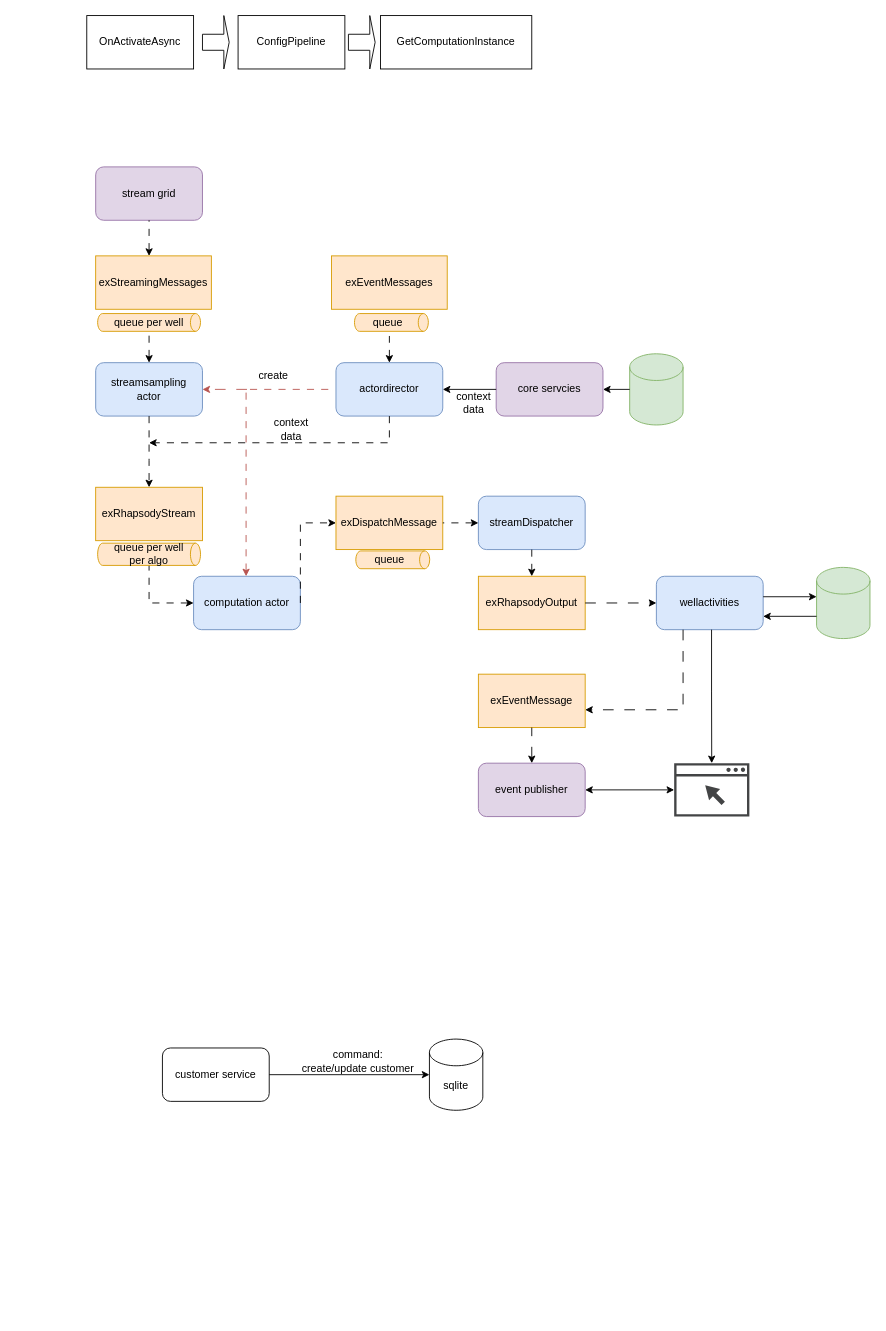
Above: work.drawio in baoqger/drawing.io (draw.io), before the change. Source tidied: cells renumbered, new cells numbered last; positions are measured from the earlier drawing's top-left corner, leaving out a move shared by most shapes. Both pictures are drawn from the tidied source at 89%, with x=0, y=0 at pixel (86, 15).
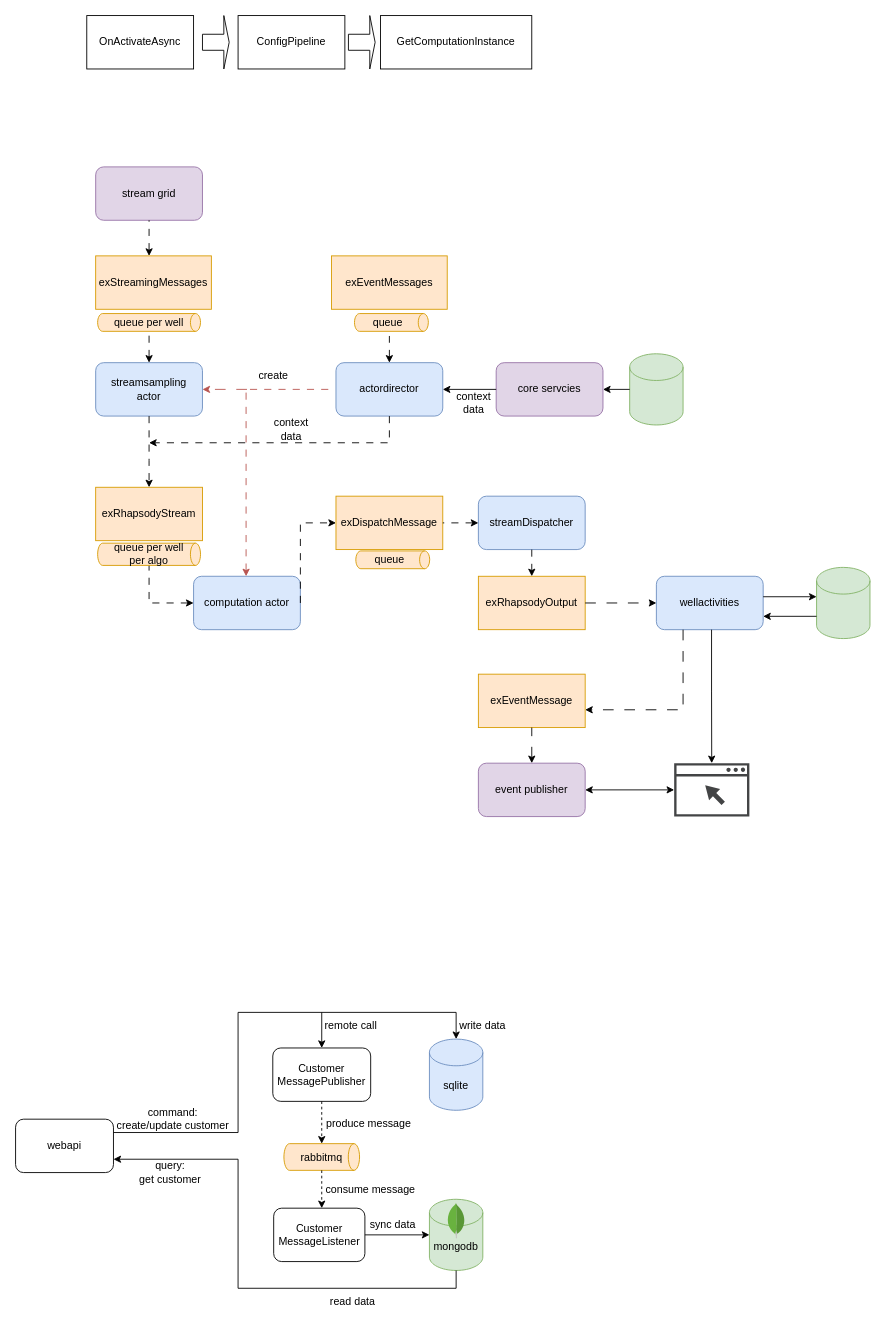
The same page after the edit.

The edit, as a diff of the source:
```diff
@@
-    <mxCell id="55" value="customer service" style="rounded=1;whiteSpace=wrap;html=1;" parent="1" vertex="1">
-      <mxGeometry x="85" y="1160" width="120" height="60" as="geometry" />
+    <mxCell id="55" value="Customer&lt;br style=&quot;border-color: var(--border-color);&quot;&gt;MessagePublisher" style="rounded=1;whiteSpace=wrap;html=1;" parent="1" vertex="1">
+      <mxGeometry x="209" y="1160" width="110" height="60" as="geometry" />
     </mxCell>
-    <mxCell id="56" value="sqlite" style="shape=cylinder3;whiteSpace=wrap;html=1;boundedLbl=1;backgroundOutline=1;size=15;" parent="1" vertex="1">
+    <mxCell id="56" value="sqlite" style="shape=cylinder3;whiteSpace=wrap;html=1;boundedLbl=1;backgroundOutline=1;size=15;fillColor=#dae8fc;strokeColor=#6c8ebf;" parent="1" vertex="1">
       <mxGeometry x="385" y="1150" width="60" height="80" as="geometry" />
     </mxCell>
-    <mxCell id="57" style="endArrow=classic;html=1;rounded=0;exitX=1;exitY=0.5;exitDx=0;exitDy=0;entryX=0;entryY=0.5;entryDx=0;entryDy=0;entryPerimeter=0;" parent="1" edge="1" source="55" target="56">
-      <mxGeometry relative="1" as="geometry" />
+    <mxCell id="57" style="endArrow=classic;html=1;rounded=0;" parent="1" edge="1" target="55">
+      <mxGeometry relative="1" as="geometry">
+        <mxPoint x="264" y="1120" as="sourcePoint" />
+      </mxGeometry>
     </mxCell>
     <mxCell id="58" value="command:&lt;br&gt;create/update customer" style="text;html=1;strokeColor=none;fillColor=none;align=center;verticalAlign=middle;whiteSpace=wrap;rounded=0;" parent="1" vertex="1">
-      <mxGeometry x="240" y="1160" width="130" height="30" as="geometry" />
+      <mxGeometry x="32" y="1225" width="130" height="30" as="geometry" />
     </mxCell>
+    <mxCell id="59" value="mongodb" style="shape=cylinder3;whiteSpace=wrap;html=1;boundedLbl=1;backgroundOutline=1;size=15;fillColor=#d5e8d4;strokeColor=#82b366;" parent="1" vertex="1">
+      <mxGeometry x="385" y="1330" width="60" height="80" as="geometry" />
+    </mxCell>
+    <mxCell id="60" style="dashed=0;html=1;align=center;labelPosition=center;verticalLabelPosition=bottom;verticalAlign=top;shape=mxgraph.weblogos.mongodb;" parent="1" vertex="1">
+      <mxGeometry x="405" y="1334" width="20" height="40" as="geometry" />
+    </mxCell>
+    <mxCell id="61" style="shape=cylinder3;whiteSpace=wrap;html=1;boundedLbl=1;backgroundOutline=1;size=6.33331298828125;rotation=90;fillColor=#ffe6cc;strokeColor=#d79b00;" parent="1" vertex="1">
+      <mxGeometry x="249" y="1240" width="30" height="85" as="geometry" />
+    </mxCell>
+    <mxCell id="62" style="endArrow=classic;html=1;rounded=0;entryX=0;entryY=0.5;entryDx=0;entryDy=0;entryPerimeter=0;dashed=1;exitX=0.5;exitY=1;exitDx=0;exitDy=0;" parent="1" edge="1" source="55" target="61">
+      <mxGeometry relative="1" as="geometry" />
+    </mxCell>
+    <mxCell id="63" value="Customer&lt;br&gt;MessageListener" style="rounded=1;whiteSpace=wrap;html=1;" parent="1" vertex="1">
+      <mxGeometry x="210" y="1340" width="102.5" height="60" as="geometry" />
+    </mxCell>
+    <mxCell id="64" style="endArrow=classic;html=1;rounded=0;dashed=1;exitX=1;exitY=0.5;exitDx=0;exitDy=0;exitPerimeter=0;" parent="1" edge="1" source="61">
+      <mxGeometry relative="1" as="geometry">
+        <mxPoint x="264" y="1340" as="targetPoint" />
+        <Array as="points">
+          <mxPoint x="264" y="1310" />
+        </Array>
+      </mxGeometry>
+    </mxCell>
+    <mxCell id="65" value="rabbitmq" style="text;html=1;strokeColor=none;fillColor=none;align=center;verticalAlign=middle;whiteSpace=wrap;rounded=0;" parent="1" vertex="1">
+      <mxGeometry x="234" y="1267.5" width="60" height="30" as="geometry" />
+    </mxCell>
+    <mxCell id="66" style="endArrow=classic;html=1;rounded=0;exitX=1;exitY=0.5;exitDx=0;exitDy=0;entryX=0;entryY=0.5;entryDx=0;entryDy=0;entryPerimeter=0;" parent="1" edge="1" source="63" target="59">
+      <mxGeometry relative="1" as="geometry" />
+    </mxCell>
+    <mxCell id="67" value="webapi" style="rounded=1;whiteSpace=wrap;html=1;" parent="1" vertex="1">
+      <mxGeometry x="-80" y="1240" width="110" height="60" as="geometry" />
+    </mxCell>
+    <mxCell id="68" style="endArrow=none;html=1;rounded=0;exitX=1;exitY=0.75;exitDx=0;exitDy=0;entryX=0.5;entryY=1;entryDx=0;entryDy=0;entryPerimeter=0;startArrow=classic;startFill=1;endFill=0;" parent="1" edge="1" source="67" target="59">
+      <mxGeometry relative="1" as="geometry">
+        <Array as="points">
+          <mxPoint x="170" y="1285" />
+          <mxPoint x="170" y="1430" />
+          <mxPoint x="415" y="1430" />
+        </Array>
+      </mxGeometry>
+    </mxCell>
+    <mxCell id="69" style="endArrow=classic;html=1;rounded=0;exitX=1;exitY=0.25;exitDx=0;exitDy=0;entryX=0.5;entryY=0;entryDx=0;entryDy=0;entryPerimeter=0;" parent="1" edge="1" source="67" target="56">
+      <mxGeometry relative="1" as="geometry">
+        <Array as="points">
+          <mxPoint x="170" y="1255" />
+          <mxPoint x="170" y="1120" />
+          <mxPoint x="415" y="1120" />
+        </Array>
+      </mxGeometry>
+    </mxCell>
+    <mxCell id="70" value="query:&lt;br&gt;get customer" style="text;html=1;strokeColor=none;fillColor=none;align=center;verticalAlign=middle;whiteSpace=wrap;rounded=0;" parent="1" vertex="1">
+      <mxGeometry x="29" y="1285" width="130" height="30" as="geometry" />
+    </mxCell>
+    <mxCell id="71" value="write data" style="text;html=1;strokeColor=none;fillColor=none;align=center;verticalAlign=middle;whiteSpace=wrap;rounded=0;" parent="1" vertex="1">
+      <mxGeometry x="380" y="1120" width="130" height="30" as="geometry" />
+    </mxCell>
+    <mxCell id="72" value="sync data" style="text;html=1;strokeColor=none;fillColor=none;align=center;verticalAlign=middle;whiteSpace=wrap;rounded=0;" parent="1" vertex="1">
+      <mxGeometry x="279" y="1344" width="130" height="30" as="geometry" />
+    </mxCell>
+    <mxCell id="73" value="read data" style="text;html=1;strokeColor=none;fillColor=none;align=center;verticalAlign=middle;whiteSpace=wrap;rounded=0;" parent="1" vertex="1">
+      <mxGeometry x="234" y="1430" width="130" height="30" as="geometry" />
+    </mxCell>
+    <mxCell id="74" value="remote call" style="text;html=1;strokeColor=none;fillColor=none;align=center;verticalAlign=middle;whiteSpace=wrap;rounded=0;" parent="1" vertex="1">
+      <mxGeometry x="231.8" y="1120" width="130" height="30" as="geometry" />
+    </mxCell>
+    <mxCell id="75" value="produce message" style="text;html=1;strokeColor=none;fillColor=none;align=center;verticalAlign=middle;whiteSpace=wrap;rounded=0;" parent="1" vertex="1">
+      <mxGeometry x="252" y="1230" width="130" height="30" as="geometry" />
+    </mxCell>
+    <mxCell id="76" value="consume message" style="text;html=1;strokeColor=none;fillColor=none;align=center;verticalAlign=middle;whiteSpace=wrap;rounded=0;" parent="1" vertex="1">
+      <mxGeometry x="254" y="1304" width="130" height="30" as="geometry" />
+    </mxCell>
```
